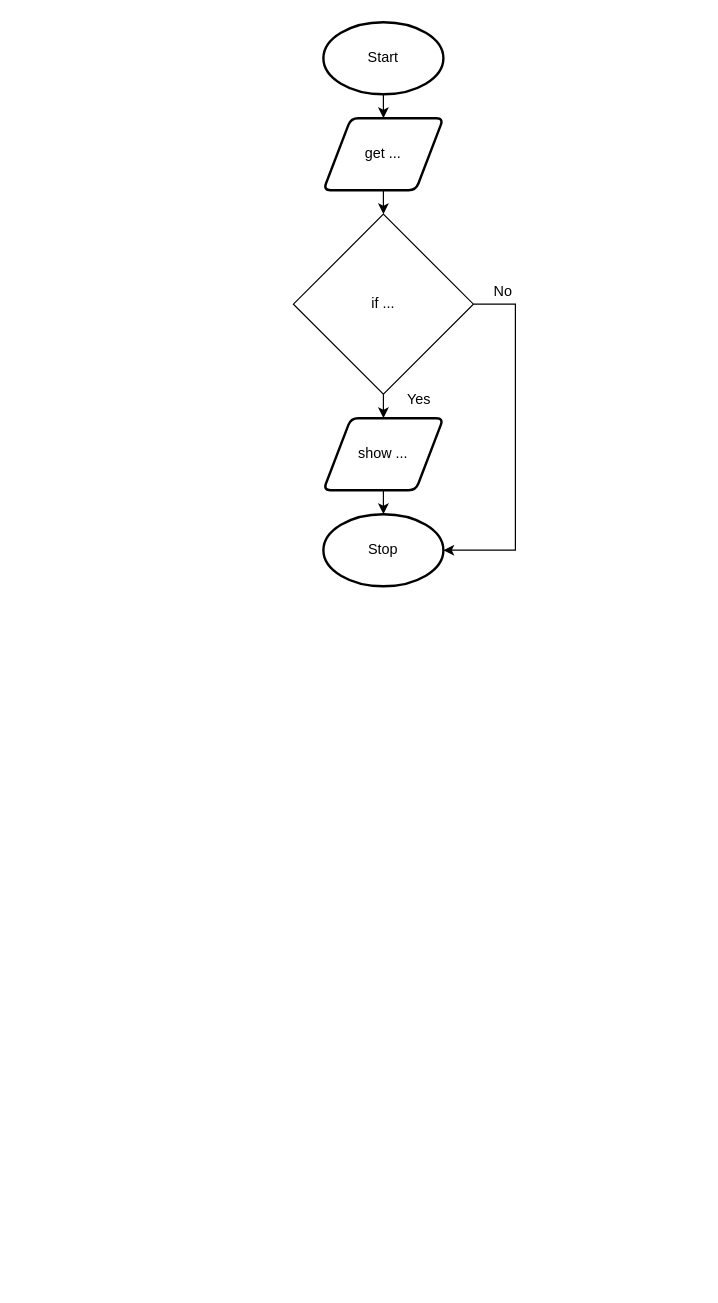
Aidan-Lalonde-Novales/ICS3U-Unit3-08-Python keeps this draw.io diagram as drawio/flowchart/flowchart.drawio. Above is the earlier version. Source tidied: cells renumbered, new cells numbered last; positions are measured from the earlier drawing's top-left corner, leaving out a move shared by most shapes. Both pictures are drawn from the tidied source at 120%, with x=0, y=0 at pixel (293, 22).
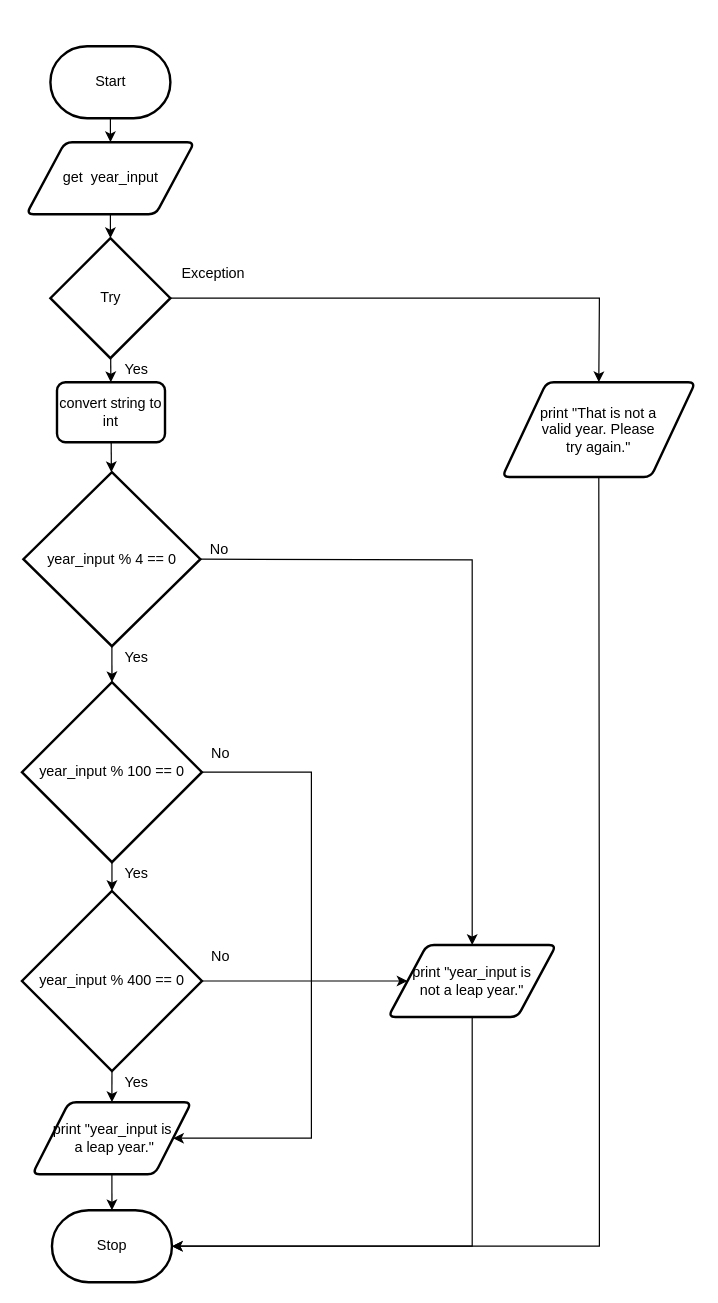
The same diagram, later.

Diff of the diagram source:
```diff
@@
-    <mxCell id="2" style="edgeStyle=none;html=1;exitX=0.5;exitY=1;exitDx=0;exitDy=0;exitPerimeter=0;entryX=0.5;entryY=0;entryDx=0;entryDy=0;" parent="1" edge="1" source="3" target="5">
-      <mxGeometry relative="1" as="geometry" />
-    </mxCell>
+    <mxCell id="14" style="edgeStyle=none;html=1;entryX=0.5;entryY=0;entryDx=0;entryDy=0;" parent="1" edge="1" source="3" target="16">
+      <mxGeometry relative="1" as="geometry" />
+    </mxCell>
-    <mxCell id="3" value="Start" style="strokeWidth=2;html=1;shape=mxgraph.flowchart.start_1;whiteSpace=wrap;" parent="1" vertex="1">
-      <mxGeometry x="25" width="100" height="60" as="geometry" />
+    <mxCell id="3" value="Start" style="strokeWidth=2;html=1;shape=mxgraph.flowchart.terminator;whiteSpace=wrap;" parent="1" vertex="1">
+      <mxGeometry x="-202.5" y="20" width="100" height="60" as="geometry" />
     </mxCell>
-    <mxCell id="4" style="edgeStyle=none;html=1;exitX=0.5;exitY=1;exitDx=0;exitDy=0;entryX=0.5;entryY=0;entryDx=0;entryDy=0;" parent="1" edge="1" source="5">
-      <mxGeometry relative="1" as="geometry">
-        <mxPoint x="75" y="160" as="targetPoint" />
-      </mxGeometry>
-    </mxCell>
-    <mxCell id="5" value="get ..." style="shape=parallelogram;html=1;strokeWidth=2;perimeter=parallelogramPerimeter;whiteSpace=wrap;rounded=1;arcSize=12;size=0.23;" parent="1" vertex="1">
-      <mxGeometry x="25" y="80" width="100" height="60" as="geometry" />
-    </mxCell>
-    <mxCell id="6" style="edgeStyle=none;html=1;exitX=0.5;exitY=1;exitDx=0;exitDy=0;entryX=0.5;entryY=0;entryDx=0;entryDy=0;entryPerimeter=0;" parent="1" edge="1" source="7" target="8">
-      <mxGeometry relative="1" as="geometry" />
-    </mxCell>
-    <mxCell id="7" value="show ..." style="shape=parallelogram;html=1;strokeWidth=2;perimeter=parallelogramPerimeter;whiteSpace=wrap;rounded=1;arcSize=12;size=0.23;" parent="1" vertex="1">
-      <mxGeometry x="25" y="330" width="100" height="60" as="geometry" />
-    </mxCell>
+    <mxCell id="15" style="edgeStyle=none;rounded=0;html=1;" parent="1" edge="1" source="16" target="26">
+      <mxGeometry relative="1" as="geometry" />
+    </mxCell>
+    <mxCell id="16" value="get&amp;nbsp; year_input" style="shape=parallelogram;html=1;strokeWidth=2;perimeter=parallelogramPerimeter;whiteSpace=wrap;rounded=1;arcSize=12;size=0.23;" parent="1" vertex="1">
+      <mxGeometry x="-222.5" y="100" width="140" height="60" as="geometry" />
+    </mxCell>
+    <mxCell id="17" style="edgeStyle=none;rounded=0;html=1;exitX=0.5;exitY=1;exitDx=0;exitDy=0;entryX=0.5;entryY=0;entryDx=0;entryDy=0;entryPerimeter=0;" parent="1" edge="1" source="18" target="8">
+      <mxGeometry relative="1" as="geometry" />
+    </mxCell>
+    <mxCell id="18" value="print &quot;year_input is&lt;br&gt;&amp;nbsp;a leap year.&quot;" style="shape=parallelogram;html=1;strokeWidth=2;perimeter=parallelogramPerimeter;whiteSpace=wrap;rounded=1;arcSize=12;size=0.23;" parent="1" vertex="1">
+      <mxGeometry x="-217.5" y="900" width="132.5" height="60" as="geometry" />
+    </mxCell>
-    <mxCell id="8" value="Stop" style="strokeWidth=2;html=1;shape=mxgraph.flowchart.start_1;whiteSpace=wrap;" parent="1" vertex="1">
-      <mxGeometry x="25" y="410" width="100" height="60" as="geometry" />
+    <mxCell id="8" value="Stop" style="strokeWidth=2;html=1;shape=mxgraph.flowchart.terminator;whiteSpace=wrap;" parent="1" vertex="1">
+      <mxGeometry x="-201.2" y="990" width="100" height="60" as="geometry" />
     </mxCell>
-    <mxCell id="9" style="edgeStyle=none;html=1;exitX=0.5;exitY=1;exitDx=0;exitDy=0;entryX=0.5;entryY=0;entryDx=0;entryDy=0;" parent="1" edge="1" source="11" target="7">
-      <mxGeometry relative="1" as="geometry" />
-    </mxCell>
-    <mxCell id="10" style="edgeStyle=none;html=1;exitX=1;exitY=0.5;exitDx=0;exitDy=0;entryX=1;entryY=0.5;entryDx=0;entryDy=0;entryPerimeter=0;rounded=0;" parent="1" edge="1" source="11" target="8">
-      <mxGeometry relative="1" as="geometry">
-        <Array as="points">
-          <mxPoint x="185" y="235" />
-          <mxPoint x="185" y="440" />
-        </Array>
-      </mxGeometry>
-    </mxCell>
-    <mxCell id="11" value="if ..." style="rhombus;whiteSpace=wrap;html=1;" parent="1" vertex="1">
-      <mxGeometry y="160" width="150" height="150" as="geometry" />
-    </mxCell>
-    <mxCell id="12" value="Yes" style="text;html=1;strokeColor=none;fillColor=none;align=center;verticalAlign=middle;whiteSpace=wrap;rounded=0;" parent="1" vertex="1">
-      <mxGeometry x="75" y="300" width="60" height="30" as="geometry" />
-    </mxCell>
-    <mxCell id="13" value="No" style="text;html=1;strokeColor=none;fillColor=none;align=center;verticalAlign=middle;whiteSpace=wrap;rounded=0;" parent="1" vertex="1">
-      <mxGeometry x="145" y="210" width="60" height="30" as="geometry" />
-    </mxCell>
+    <mxCell id="19" style="edgeStyle=none;rounded=0;html=1;exitX=0.5;exitY=1;exitDx=0;exitDy=0;exitPerimeter=0;entryX=0.5;entryY=0;entryDx=0;entryDy=0;entryPerimeter=0;" parent="1" edge="1" source="21" target="37">
+      <mxGeometry relative="1" as="geometry" />
+    </mxCell>
+    <mxCell id="20" style="edgeStyle=none;rounded=0;html=1;exitX=1;exitY=0.5;exitDx=0;exitDy=0;exitPerimeter=0;entryX=0.5;entryY=0;entryDx=0;entryDy=0;" parent="1" edge="1" source="21" target="32">
+      <mxGeometry relative="1" as="geometry">
+        <Array as="points">
+          <mxPoint x="149" y="448" />
+        </Array>
+      </mxGeometry>
+    </mxCell>
+    <mxCell id="21" value="year_input % 4 == 0" style="strokeWidth=2;html=1;shape=mxgraph.flowchart.decision;whiteSpace=wrap;" parent="1" vertex="1">
+      <mxGeometry x="-225" y="375" width="147.5" height="145" as="geometry" />
+    </mxCell>
+    <mxCell id="22" style="edgeStyle=none;rounded=0;html=1;entryX=1;entryY=0.5;entryDx=0;entryDy=0;entryPerimeter=0;exitX=0.5;exitY=1;exitDx=0;exitDy=0;" parent="1" edge="1" source="23" target="8">
+      <mxGeometry relative="1" as="geometry">
+        <Array as="points">
+          <mxPoint x="255" y="770" />
+          <mxPoint x="255" y="1020" />
+        </Array>
+      </mxGeometry>
+    </mxCell>
+    <mxCell id="23" value="print &quot;That is not a &lt;br&gt;valid year. Please &lt;br&gt;try again.&quot;" style="shape=parallelogram;html=1;strokeWidth=2;perimeter=parallelogramPerimeter;whiteSpace=wrap;rounded=1;arcSize=12;size=0.23;" parent="1" vertex="1">
+      <mxGeometry x="174" y="300" width="161" height="79" as="geometry" />
+    </mxCell>
+    <mxCell id="24" style="edgeStyle=none;html=1;entryX=0.5;entryY=0;entryDx=0;entryDy=0;rounded=0;" parent="1" edge="1" source="26" target="23">
+      <mxGeometry relative="1" as="geometry">
+        <Array as="points">
+          <mxPoint x="255" y="230" />
+        </Array>
+      </mxGeometry>
+    </mxCell>
+    <mxCell id="25" style="edgeStyle=none;rounded=0;html=1;" parent="1" edge="1" source="26" target="30">
+      <mxGeometry relative="1" as="geometry" />
+    </mxCell>
+    <mxCell id="26" value="Try" style="strokeWidth=2;html=1;shape=mxgraph.flowchart.decision;whiteSpace=wrap;" parent="1" vertex="1">
+      <mxGeometry x="-202.5" y="180" width="100" height="100" as="geometry" />
+    </mxCell>
+    <mxCell id="27" value="Yes&lt;br&gt;" style="text;html=1;align=center;verticalAlign=middle;strokeColor=none;fillColor=none;" parent="1" vertex="1">
+      <mxGeometry x="-151" y="520" width="40" height="20" as="geometry" />
+    </mxCell>
+    <mxCell id="28" value="Exception" style="text;html=1;align=center;verticalAlign=middle;strokeColor=none;fillColor=none;" parent="1" vertex="1">
+      <mxGeometry x="-102" y="200" width="70" height="20" as="geometry" />
+    </mxCell>
+    <mxCell id="29" style="edgeStyle=none;rounded=0;html=1;" parent="1" edge="1" source="30" target="21">
+      <mxGeometry relative="1" as="geometry" />
+    </mxCell>
+    <mxCell id="30" value="&lt;span&gt;convert string to int&lt;/span&gt;" style="rounded=1;whiteSpace=wrap;html=1;absoluteArcSize=1;arcSize=14;strokeWidth=2;" parent="1" vertex="1">
+      <mxGeometry x="-197" y="300" width="90" height="50" as="geometry" />
+    </mxCell>
+    <mxCell id="31" style="edgeStyle=none;rounded=0;html=1;exitX=0.5;exitY=1;exitDx=0;exitDy=0;entryX=1;entryY=0.5;entryDx=0;entryDy=0;entryPerimeter=0;" parent="1" edge="1" source="32" target="8">
+      <mxGeometry relative="1" as="geometry">
+        <Array as="points">
+          <mxPoint x="149" y="1020" />
+        </Array>
+      </mxGeometry>
+    </mxCell>
+    <mxCell id="32" value="print &quot;year_input is &lt;br&gt;not a leap year.&quot;" style="shape=parallelogram;html=1;strokeWidth=2;perimeter=parallelogramPerimeter;whiteSpace=wrap;rounded=1;arcSize=12;size=0.23;" parent="1" vertex="1">
+      <mxGeometry x="79" y="769" width="140" height="60" as="geometry" />
+    </mxCell>
+    <mxCell id="33" value="No" style="text;html=1;align=center;verticalAlign=middle;strokeColor=none;fillColor=none;" parent="1" vertex="1">
+      <mxGeometry x="-77.5" y="430" width="30" height="20" as="geometry" />
+    </mxCell>
+    <mxCell id="34" value="Yes&lt;br&gt;" style="text;html=1;align=center;verticalAlign=middle;strokeColor=none;fillColor=none;" parent="1" vertex="1">
+      <mxGeometry x="-151" y="280" width="40" height="20" as="geometry" />
+    </mxCell>
+    <mxCell id="35" style="edgeStyle=none;rounded=0;html=1;exitX=0.5;exitY=1;exitDx=0;exitDy=0;exitPerimeter=0;entryX=0.5;entryY=0;entryDx=0;entryDy=0;entryPerimeter=0;" parent="1" edge="1" source="37" target="40">
+      <mxGeometry relative="1" as="geometry" />
+    </mxCell>
+    <mxCell id="36" style="edgeStyle=none;rounded=0;html=1;exitX=1;exitY=0.5;exitDx=0;exitDy=0;exitPerimeter=0;entryX=1;entryY=0.5;entryDx=0;entryDy=0;" parent="1" edge="1" source="37" target="18">
+      <mxGeometry relative="1" as="geometry">
+        <Array as="points">
+          <mxPoint x="15" y="625" />
+          <mxPoint x="15" y="930" />
+        </Array>
+      </mxGeometry>
+    </mxCell>
+    <mxCell id="37" value="year_input % 100 == 0" style="strokeWidth=2;html=1;shape=mxgraph.flowchart.decision;whiteSpace=wrap;" parent="1" vertex="1">
+      <mxGeometry x="-226.2" y="550" width="150" height="150" as="geometry" />
+    </mxCell>
+    <mxCell id="38" style="edgeStyle=none;rounded=0;html=1;exitX=1;exitY=0.5;exitDx=0;exitDy=0;exitPerimeter=0;entryX=0;entryY=0.5;entryDx=0;entryDy=0;" parent="1" edge="1" source="40" target="32">
+      <mxGeometry relative="1" as="geometry" />
+    </mxCell>
+    <mxCell id="39" style="edgeStyle=none;rounded=0;html=1;exitX=0.5;exitY=1;exitDx=0;exitDy=0;exitPerimeter=0;entryX=0.5;entryY=0;entryDx=0;entryDy=0;" parent="1" edge="1" source="40" target="18">
+      <mxGeometry relative="1" as="geometry" />
+    </mxCell>
+    <mxCell id="40" value="year_input % 400 == 0" style="strokeWidth=2;html=1;shape=mxgraph.flowchart.decision;whiteSpace=wrap;" parent="1" vertex="1">
+      <mxGeometry x="-226.2" y="724" width="150" height="150" as="geometry" />
+    </mxCell>
+    <mxCell id="41" value="Yes&lt;br&gt;" style="text;html=1;align=center;verticalAlign=middle;strokeColor=none;fillColor=none;" parent="1" vertex="1">
+      <mxGeometry x="-151" y="700" width="40" height="20" as="geometry" />
+    </mxCell>
+    <mxCell id="42" value="Yes&lt;br&gt;" style="text;html=1;align=center;verticalAlign=middle;strokeColor=none;fillColor=none;" parent="1" vertex="1">
+      <mxGeometry x="-151" y="874" width="40" height="20" as="geometry" />
+    </mxCell>
+    <mxCell id="43" value="No" style="text;html=1;align=center;verticalAlign=middle;strokeColor=none;fillColor=none;" parent="1" vertex="1">
+      <mxGeometry x="-76.2" y="600" width="30" height="20" as="geometry" />
+    </mxCell>
+    <mxCell id="44" value="No" style="text;html=1;align=center;verticalAlign=middle;strokeColor=none;fillColor=none;" parent="1" vertex="1">
+      <mxGeometry x="-76.2" y="769" width="30" height="20" as="geometry" />
+    </mxCell>
```
